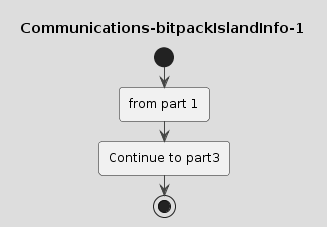
coding-to-music/plantuml-diagram-examples keeps this PlantUML diagram as drawings/Communications-bitpackIslandInfo-1.png. Above is the earlier version.
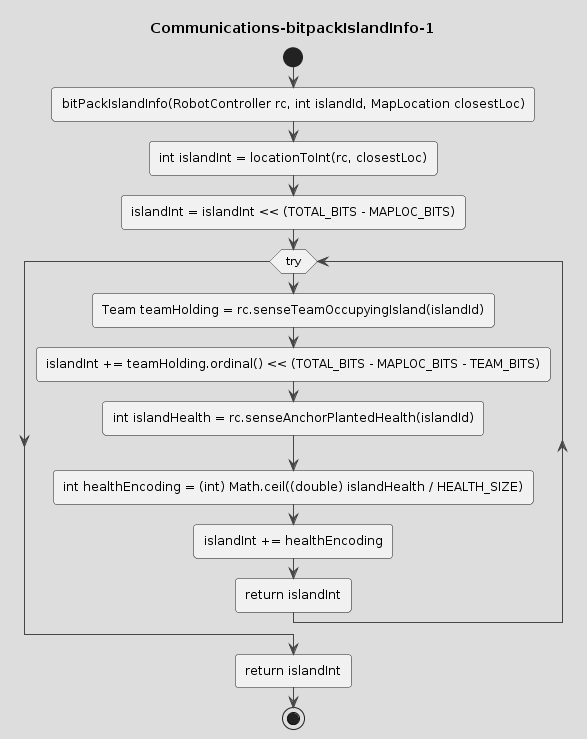
Later version of the same file.

The edit, as a diff of the source:
```diff
@@ -3,10 +3,22 @@
 title Communications-bitpackIslandInfo-1
 start
 
-:from part 1;
 
 
 
-:Continue to part3;
+
+:bitPackIslandInfo(RobotController rc, int islandId, MapLocation closestLoc);
+
+:int islandInt = locationToInt(rc, closestLoc);
+:islandInt = islandInt << (TOTAL_BITS - MAPLOC_BITS);
+while (try)
+    :Team teamHolding = rc.senseTeamOccupyingIsland(islandId);
+    :islandInt += teamHolding.ordinal() << (TOTAL_BITS - MAPLOC_BITS - TEAM_BITS);
+    :int islandHealth = rc.senseAnchorPlantedHealth(islandId);
+    :int healthEncoding = (int) Math.ceil((double) islandHealth / HEALTH_SIZE);
+    :islandInt += healthEncoding;
+    :return islandInt;
+endwhile
+:return islandInt;
 stop
 @enduml
```
